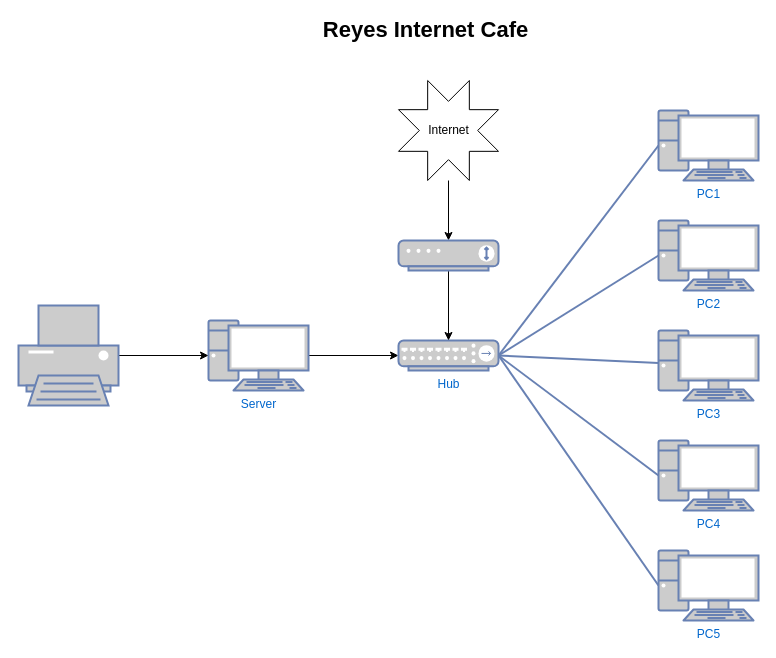
Before: Untitled Diagram.drawio in Rinkashine/Rinkashime, a draw.io diagram. Source tidied: cells renumbered, new cells numbered last; positions are measured from the earlier drawing's top-left corner, leaving out a move shared by most shapes. Both pictures are drawn from the tidied source at 100%, with x=0, y=0 at pixel (18, 20).
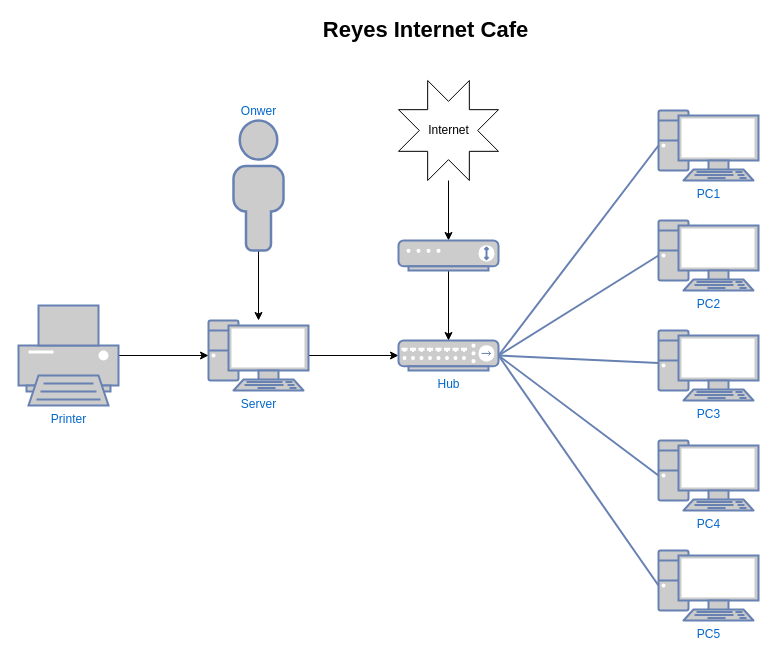
The same diagram, later.

The change refers to these unchanged cells:
```xml
<mxCell id="4" value="Server" style="fontColor=#0066CC;verticalAlign=top;verticalLabelPosition=bottom;labelPosition=center;align=center;html=1;outlineConnect=0;fillColor=#CCCCCC;strokeColor=#6881B3;gradientColor=none;gradientDirection=north;strokeWidth=2;shape=mxgraph.networks.pc;" parent="1" vertex="1">
  <mxGeometry x="190" y="300" width="100" height="70" as="geometry" />
</mxCell>
```

What changed in the source:
```diff
@@
-    <mxCell id="17" style="fontColor=#0066CC;verticalAlign=top;verticalLabelPosition=bottom;labelPosition=center;align=center;html=1;outlineConnect=0;fillColor=#CCCCCC;strokeColor=#6881B3;gradientColor=none;gradientDirection=north;strokeWidth=2;shape=mxgraph.networks.printer;" parent="1" vertex="1">
+    <mxCell id="17" value="Printer" style="fontColor=#0066CC;verticalAlign=top;verticalLabelPosition=bottom;labelPosition=center;align=center;html=1;outlineConnect=0;fillColor=#CCCCCC;strokeColor=#6881B3;gradientColor=none;gradientDirection=north;strokeWidth=2;shape=mxgraph.networks.printer;" parent="1" vertex="1">
       <mxGeometry y="285" width="100" height="100" as="geometry" />
     </mxCell>
@@
+    <mxCell id="22" style="edgeStyle=orthogonalEdgeStyle;rounded=0;jettySize=auto;html=1;fontSize=22;" parent="1" edge="1" source="23" target="4">
+      <mxGeometry relative="1" as="geometry" />
+    </mxCell>
+    <mxCell id="23" value="Onwer" style="fontColor=#0066CC;verticalAlign=bottom;verticalLabelPosition=top;labelPosition=center;align=center;html=1;outlineConnect=0;fillColor=#CCCCCC;strokeColor=#6881B3;gradientColor=none;gradientDirection=north;strokeWidth=2;shape=mxgraph.networks.user_male;" parent="1" vertex="1">
+      <mxGeometry x="215" y="100" width="50" height="130" as="geometry" />
+    </mxCell>
```
